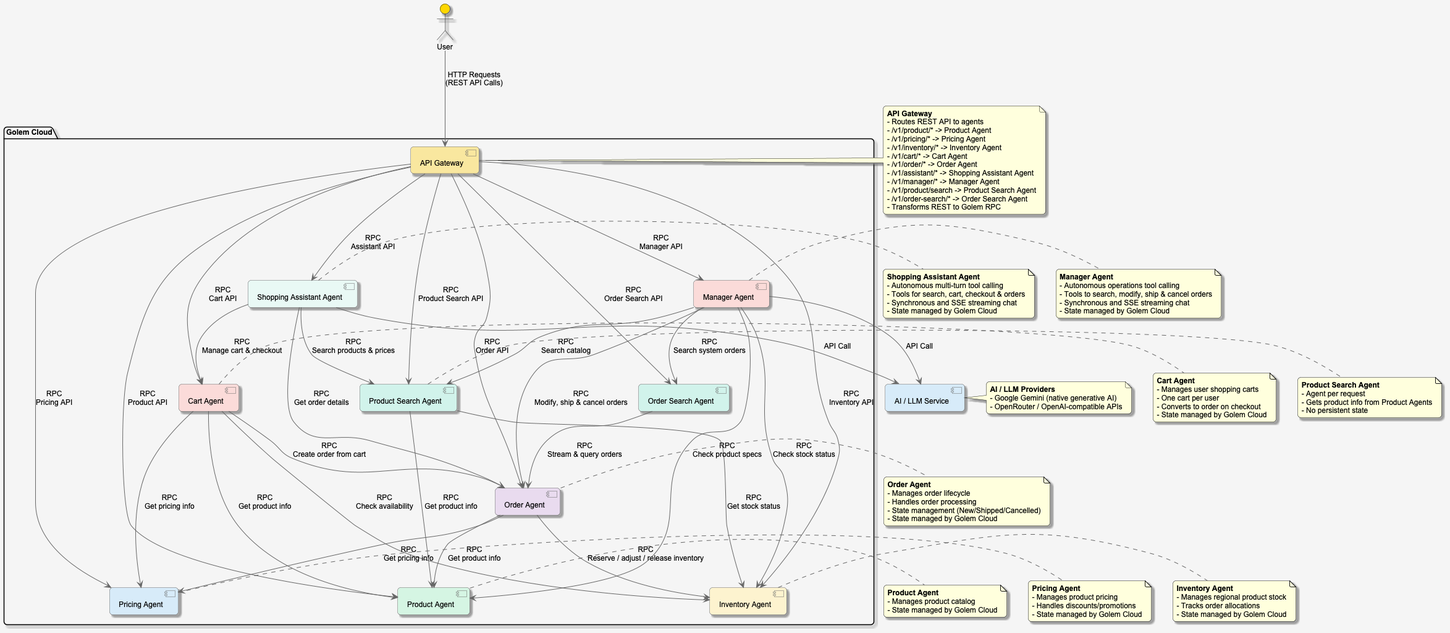
Before: architecture.png, a diagram exported from PlantUML (justcoon/golem-shopping-rust).
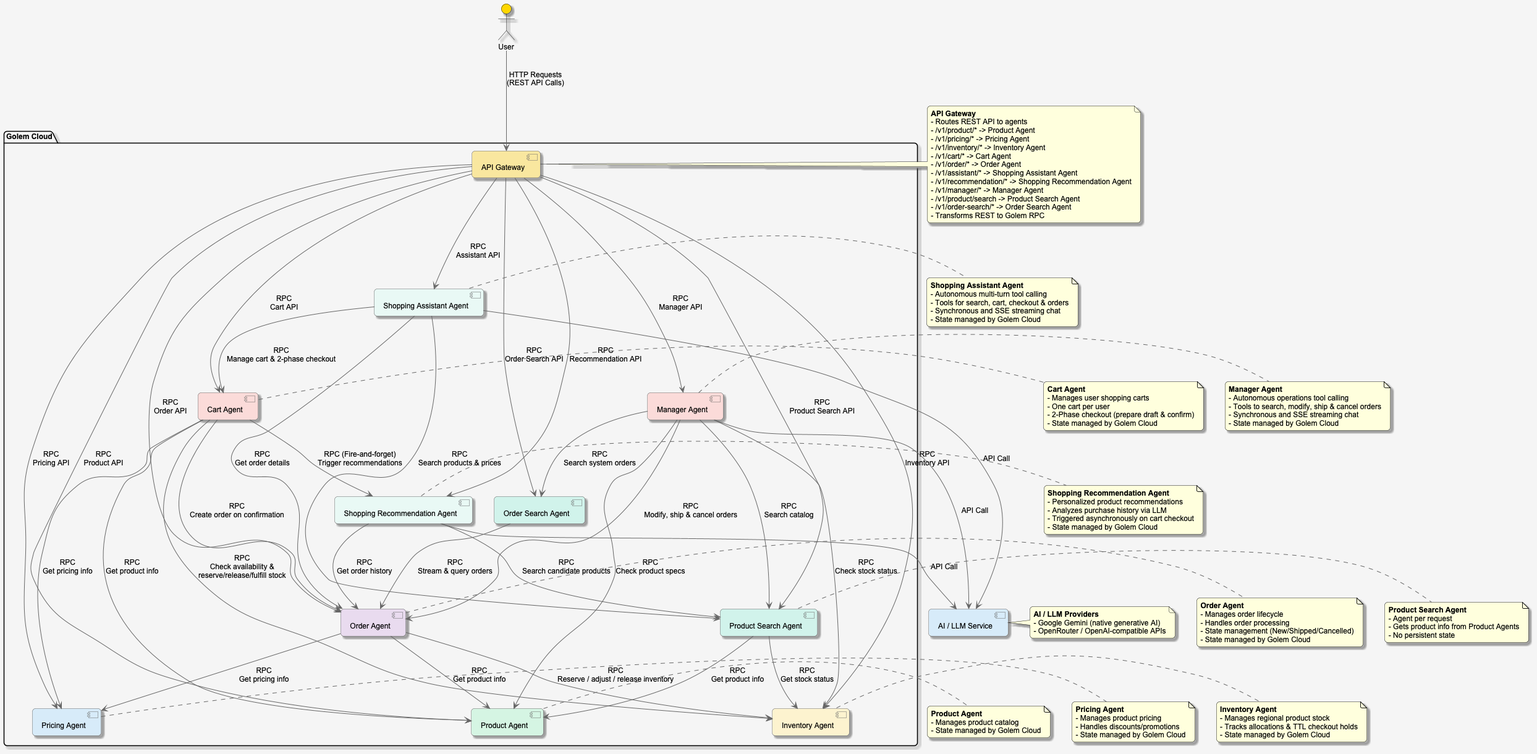
Above is the later version.

What changed in the source:
```diff
@@ -22,6 +22,7 @@
     [Product Search Agent] as product_search #D1F2EB
     [Order Search Agent] as order_search #D1F2EB
     [Shopping Assistant Agent] as assistant #E8F8F5
+    [Shopping Recommendation Agent] as recommendation #E8F8F5
     [Manager Agent] as manager #FADBD8
 }
 
@@ -37,12 +38,14 @@
 gateway --> product_search : "RPC\nProduct Search API"
 gateway --> order_search : "RPC\nOrder Search API"
 gateway --> assistant : "RPC\nAssistant API"
+gateway --> recommendation : "RPC\nRecommendation API"
 gateway --> manager : "RPC\nManager API"
 
 cart --> product : "RPC\nGet product info"
 cart --> pricing : "RPC\nGet pricing info"
-cart --> inventory : "RPC\nCheck availability"
-cart --> order : "RPC\nCreate order from cart"
+cart --> inventory : "RPC\nCheck availability &\nreserve/release/fulfill stock"
+cart --> order : "RPC\nCreate order on confirmation"
+cart --> recommendation : "RPC (Fire-and-forget)\nTrigger recommendations"
 order --> product : "RPC\nGet product info"
 order --> pricing : "RPC\nGet pricing info"
 order --> inventory : "RPC\nReserve / adjust / release inventory"
@@ -50,7 +53,7 @@
 product_search --> inventory : "RPC\nGet stock status"
 
 assistant --> product_search : "RPC\nSearch products & prices"
-assistant --> cart : "RPC\nManage cart & checkout"
+assistant --> cart : "RPC\nManage cart & 2-phase checkout"
 assistant --> order : "RPC\nGet order details"
 
 order_search --> order : "RPC\nStream & query orders"
@@ -63,6 +66,10 @@
 
 assistant --> llm : "API Call"
 manager --> llm : "API Call"
+recommendation --> llm : "API Call"
+
+recommendation --> order : "RPC\nGet order history"
+recommendation --> product_search : "RPC\nSearch candidate products"
 
 note right of gateway
   <b>API Gateway</b>
@@ -73,6 +80,7 @@
   - /v1/cart/* -> Cart Agent
   - /v1/order/* -> Order Agent
   - /v1/assistant/* -> Shopping Assistant Agent
+  - /v1/recommendation/* -> Shopping Recommendation Agent
   - /v1/manager/* -> Manager Agent
   - /v1/product/search -> Product Search Agent
   - /v1/order-search/* -> Order Search Agent
@@ -95,7 +103,7 @@
 note right of inventory
   <b>Inventory Agent</b>
   - Manages regional product stock
-  - Tracks order allocations
+  - Tracks allocations & TTL checkout holds
   - State managed by Golem Cloud
 end note
 
@@ -103,7 +111,7 @@
   <b>Cart Agent</b>
   - Manages user shopping carts
   - One cart per user
-  - Converts to order on checkout
+  - 2-Phase checkout (prepare draft & confirm)
   - State managed by Golem Cloud
 end note
 
@@ -136,6 +144,14 @@
   - State managed by Golem Cloud
 end note
 
+note right of recommendation
+  <b>Shopping Recommendation Agent</b>
+  - Personalized product recommendations
+  - Analyzes purchase history via LLM
+  - Triggered asynchronously on cart checkout
+  - State managed by Golem Cloud
+end note
+
 note right of manager
   <b>Manager Agent</b>
   - Autonomous operations tool calling
```
